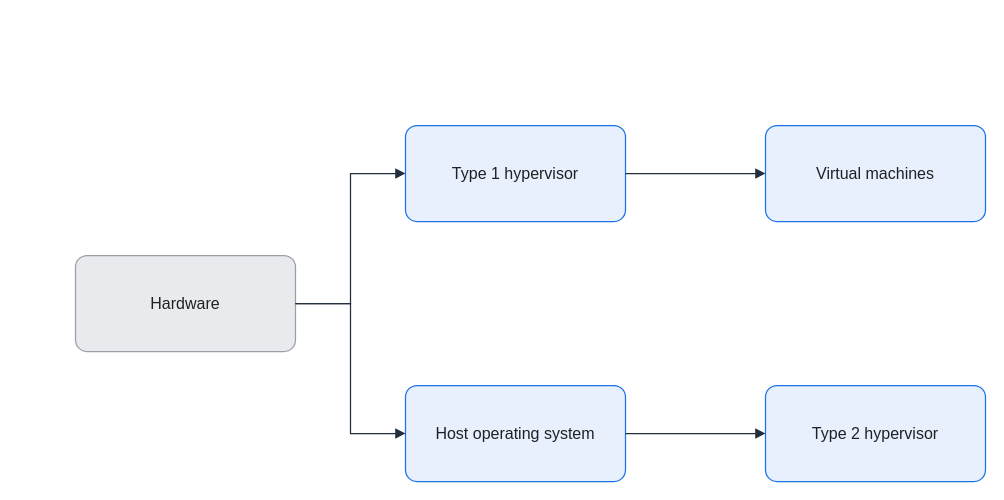
Before: assets/img/virtualization/type1-type2-hypervisor.drawio in KKamJi98/kkamji98.github.io, a draw.io diagram. Source tidied: cells renumbered, new cells numbered last; positions are measured from the earlier drawing's top-left corner, leaving out a move shared by most shapes. Both pictures are drawn from the tidied source at 100%, with x=0, y=0 at pixel (75, 125).
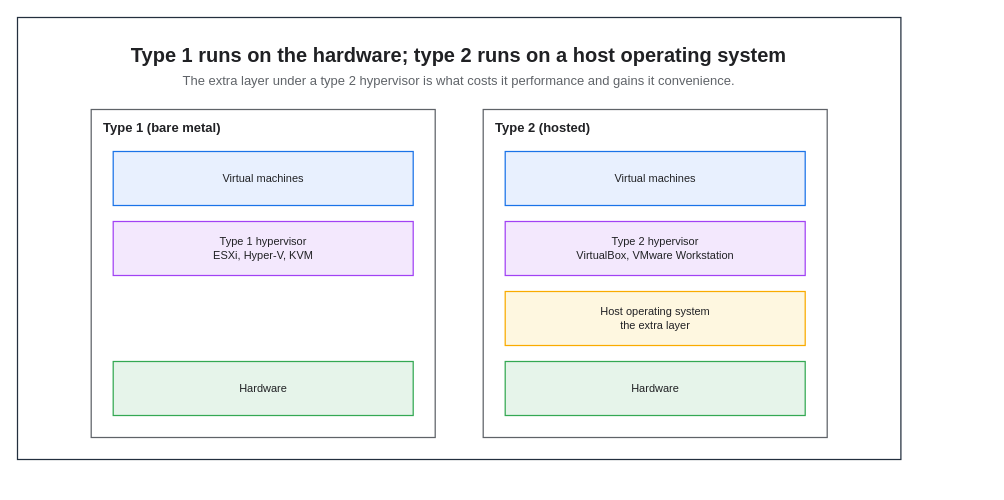
The same diagram, later.

The edit, as a diff of the source:
```diff
@@
 <mxGraphModel background="#FFFFFF">
   <root>
     <mxCell id="0" />
     <mxCell id="1" parent="0" />
-    <mxCell id="2" value="Hardware" style="rounded=1;arcSize=12;whiteSpace=wrap;html=0;fillColor=#E8EAED;strokeColor=#9AA0A6;strokeWidth=1.25;fontColor=#202124;fontSize=16;align=center;verticalAlign=middle;spacing=8;shadow=0;" parent="1" vertex="1">
-      <mxGeometry y="130" width="220" height="96" as="geometry" />
-    </mxCell>
-    <mxCell id="3" value="Type 1 hypervisor" style="rounded=1;arcSize=12;whiteSpace=wrap;html=0;fillColor=#E8F0FE;strokeColor=#1A73E8;strokeWidth=1.25;fontColor=#202124;fontSize=16;align=center;verticalAlign=middle;spacing=8;shadow=0;" parent="1" vertex="1">
-      <mxGeometry x="330" width="220" height="96" as="geometry" />
-    </mxCell>
-    <mxCell id="4" value="Virtual machines" style="rounded=1;arcSize=12;whiteSpace=wrap;html=0;fillColor=#E8F0FE;strokeColor=#1A73E8;strokeWidth=1.25;fontColor=#202124;fontSize=16;align=center;verticalAlign=middle;spacing=8;shadow=0;" parent="1" vertex="1">
-      <mxGeometry x="690" width="220" height="96" as="geometry" />
-    </mxCell>
-    <mxCell id="5" value="Host operating system" style="rounded=1;arcSize=12;whiteSpace=wrap;html=0;fillColor=#E8F0FE;strokeColor=#1A73E8;strokeWidth=1.25;fontColor=#202124;fontSize=16;align=center;verticalAlign=middle;spacing=8;shadow=0;" parent="1" vertex="1">
-      <mxGeometry x="330" y="260" width="220" height="96" as="geometry" />
-    </mxCell>
-    <mxCell id="6" value="Type 2 hypervisor" style="rounded=1;arcSize=12;whiteSpace=wrap;html=0;fillColor=#E8F0FE;strokeColor=#1A73E8;strokeWidth=1.25;fontColor=#202124;fontSize=16;align=center;verticalAlign=middle;spacing=8;shadow=0;" parent="1" vertex="1">
-      <mxGeometry x="690" y="260" width="220" height="96" as="geometry" />
-    </mxCell>
-    <mxCell id="7" style="edgeStyle=orthogonalEdgeStyle;rounded=0;jettySize=auto;html=0;endArrow=block;endFill=1;strokeColor=#232F3E;strokeWidth=1.25;fontColor=#202124;labelBackgroundColor=none;exitX=1;exitY=0.5;exitDx=0;exitDy=0;entryX=0;entryY=0.5;entryDx=0;entryDy=0;endSize=7;" parent="1" edge="1" source="2" target="3">
-      <mxGeometry relative="1" as="geometry" />
-    </mxCell>
-    <mxCell id="8" style="edgeStyle=orthogonalEdgeStyle;rounded=0;jettySize=auto;html=0;endArrow=block;endFill=1;strokeColor=#232F3E;strokeWidth=1.25;fontColor=#202124;labelBackgroundColor=none;exitX=1;exitY=0.5;exitDx=0;exitDy=0;entryX=0;entryY=0.5;entryDx=0;entryDy=0;endSize=7;" parent="1" edge="1" source="3" target="4">
-      <mxGeometry relative="1" as="geometry" />
-    </mxCell>
-    <mxCell id="9" style="edgeStyle=orthogonalEdgeStyle;rounded=0;jettySize=auto;html=0;endArrow=block;endFill=1;strokeColor=#232F3E;strokeWidth=1.25;fontColor=#202124;labelBackgroundColor=none;exitX=1;exitY=0.5;exitDx=0;exitDy=0;entryX=0;entryY=0.5;entryDx=0;entryDy=0;endSize=7;" parent="1" edge="1" source="2" target="5">
-      <mxGeometry relative="1" as="geometry" />
-    </mxCell>
-    <mxCell id="10" style="edgeStyle=orthogonalEdgeStyle;rounded=0;jettySize=auto;html=0;endArrow=block;endFill=1;strokeColor=#232F3E;strokeWidth=1.25;fontColor=#202124;labelBackgroundColor=none;exitX=1;exitY=0.5;exitDx=0;exitDy=0;entryX=0;entryY=0.5;entryDx=0;entryDy=0;endSize=7;" parent="1" edge="1" source="5" target="6">
-      <mxGeometry relative="1" as="geometry" />
-    </mxCell>
+    <mxCell id="11" style="rounded=0;html=0;fillColor=none;strokeColor=#232F3E;fontColor=#202124;strokeWidth=1.25;" parent="1" vertex="1">
+      <mxGeometry x="-58" y="-108" width="883.4" height="442" as="geometry" />
+    </mxCell>
+    <mxCell id="12" value="Type 1 runs on the hardware; type 2 runs on a host operating system" style="text;html=0;whiteSpace=wrap;fillColor=none;strokeColor=none;fontColor=#202124;fontSize=20;fontStyle=1;align=center;verticalAlign=middle;" parent="1" vertex="1">
+      <mxGeometry x="-36" y="-86" width="839.4" height="30" as="geometry" />
+    </mxCell>
+    <mxCell id="13" value="The extra layer under a type 2 hypervisor is what costs it performance and gains it convenience." style="text;html=0;whiteSpace=wrap;fillColor=none;strokeColor=none;fontColor=#5F6368;fontSize=13;fontStyle=0;align=center;verticalAlign=middle;" parent="1" vertex="1">
+      <mxGeometry x="-36" y="-56" width="839.4" height="22" as="geometry" />
+    </mxCell>
+    <mxCell id="14" value="Type 1 (bare metal)" style="rounded=0;whiteSpace=wrap;html=0;fillColor=none;strokeColor=#5F6368;fontColor=#202124;fontSize=13;fontStyle=1;align=left;verticalAlign=top;spacingLeft=10;spacingTop=4;strokeWidth=1.25;dashed=0;" parent="1" vertex="1">
+      <mxGeometry x="15.7" y="-16" width="344" height="328" as="geometry" />
+    </mxCell>
+    <mxCell id="15" value="Type 2 (hosted)" style="rounded=0;whiteSpace=wrap;html=0;fillColor=none;strokeColor=#5F6368;fontColor=#202124;fontSize=13;fontStyle=1;align=left;verticalAlign=top;spacingLeft=10;spacingTop=4;strokeWidth=1.25;dashed=0;" parent="1" vertex="1">
+      <mxGeometry x="407.7" y="-16" width="344" height="328" as="geometry" />
+    </mxCell>
+    <mxCell id="16" value="Virtual machines" style="rounded=0;whiteSpace=wrap;html=0;fillColor=#E8F0FE;strokeColor=#1A73E8;fontColor=#202124;fontSize=11;fontStyle=0;align=center;verticalAlign=middle;spacingLeft=6;spacingRight=6;strokeWidth=1.25;" parent="1" vertex="1">
+      <mxGeometry x="37.7" y="26" width="300" height="54" as="geometry" />
+    </mxCell>
+    <mxCell id="17" value="Type 1 hypervisor&#10;ESXi, Hyper-V, KVM" style="rounded=0;whiteSpace=wrap;html=0;fillColor=#F3E8FD;strokeColor=#A142F4;fontColor=#202124;fontSize=11;fontStyle=0;align=center;verticalAlign=middle;spacingLeft=6;spacingRight=6;strokeWidth=1.25;" parent="1" vertex="1">
+      <mxGeometry x="37.7" y="96" width="300" height="54" as="geometry" />
+    </mxCell>
+    <mxCell id="18" value="Hardware" style="rounded=0;whiteSpace=wrap;html=0;fillColor=#E6F4EA;strokeColor=#34A853;fontColor=#202124;fontSize=11;fontStyle=0;align=center;verticalAlign=middle;spacingLeft=6;spacingRight=6;strokeWidth=1.25;" parent="1" vertex="1">
+      <mxGeometry x="37.7" y="236" width="300" height="54" as="geometry" />
+    </mxCell>
+    <mxCell id="19" value="Virtual machines" style="rounded=0;whiteSpace=wrap;html=0;fillColor=#E8F0FE;strokeColor=#1A73E8;fontColor=#202124;fontSize=11;fontStyle=0;align=center;verticalAlign=middle;spacingLeft=6;spacingRight=6;strokeWidth=1.25;" parent="1" vertex="1">
+      <mxGeometry x="429.7" y="26" width="300" height="54" as="geometry" />
+    </mxCell>
+    <mxCell id="20" value="Type 2 hypervisor&#10;VirtualBox, VMware Workstation" style="rounded=0;whiteSpace=wrap;html=0;fillColor=#F3E8FD;strokeColor=#A142F4;fontColor=#202124;fontSize=11;fontStyle=0;align=center;verticalAlign=middle;spacingLeft=6;spacingRight=6;strokeWidth=1.25;" parent="1" vertex="1">
+      <mxGeometry x="429.7" y="96" width="300" height="54" as="geometry" />
+    </mxCell>
+    <mxCell id="21" value="Host operating system&#10;the extra layer" style="rounded=0;whiteSpace=wrap;html=0;fillColor=#FEF7E0;strokeColor=#F9AB00;fontColor=#202124;fontSize=11;fontStyle=0;align=center;verticalAlign=middle;spacingLeft=6;spacingRight=6;strokeWidth=1.25;" parent="1" vertex="1">
+      <mxGeometry x="429.7" y="166" width="300" height="54" as="geometry" />
+    </mxCell>
+    <mxCell id="22" value="Hardware" style="rounded=0;whiteSpace=wrap;html=0;fillColor=#E6F4EA;strokeColor=#34A853;fontColor=#202124;fontSize=11;fontStyle=0;align=center;verticalAlign=middle;spacingLeft=6;spacingRight=6;strokeWidth=1.25;" parent="1" vertex="1">
+      <mxGeometry x="429.7" y="236" width="300" height="54" as="geometry" />
+    </mxCell>
   </root>
 </mxGraphModel>
```
